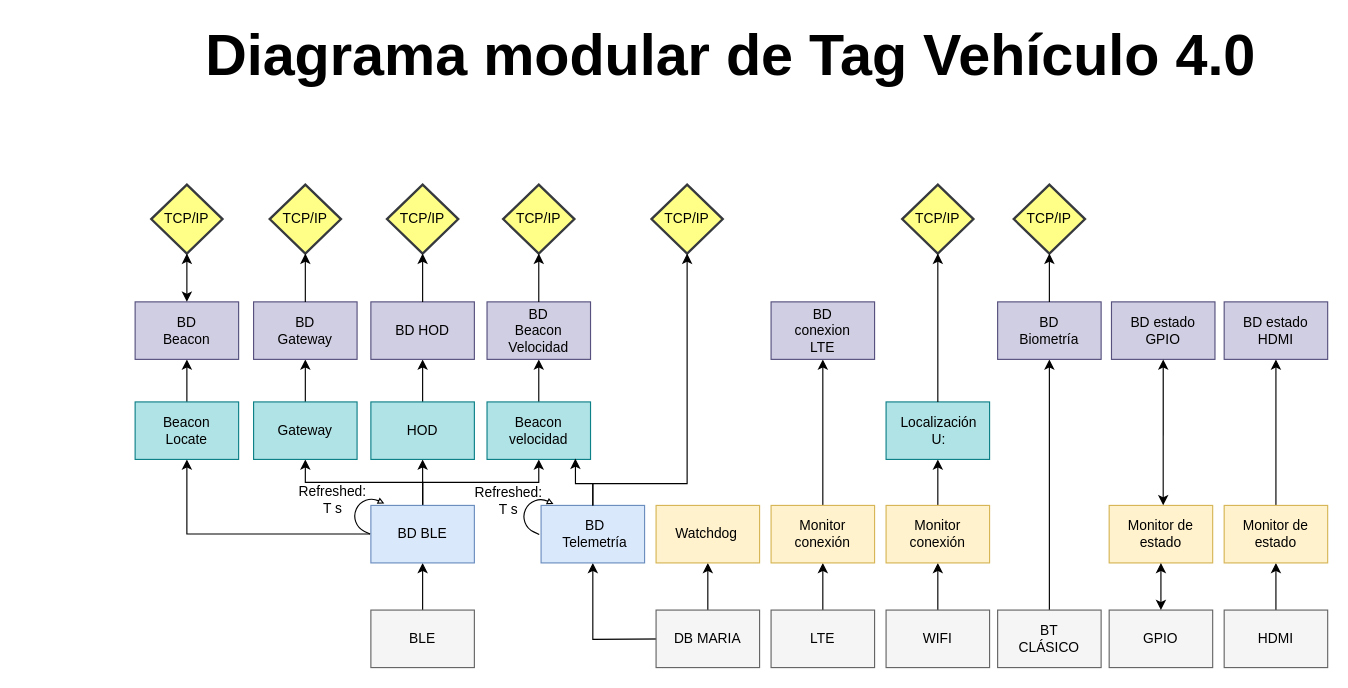
Earlier version of the draw.io diagram Diagrama modular de Tag Vehiculo 4_0.drawio (CesarRodriguez14/Tag_Vehiculo_4_0_Diagramas). Source tidied: cells renumbered, new cells numbered last; positions are measured from the earlier drawing's top-left corner, leaving out a move shared by most shapes. Both pictures are drawn from the tidied source at 115%, with x=0, y=0 at pixel (135, 25).
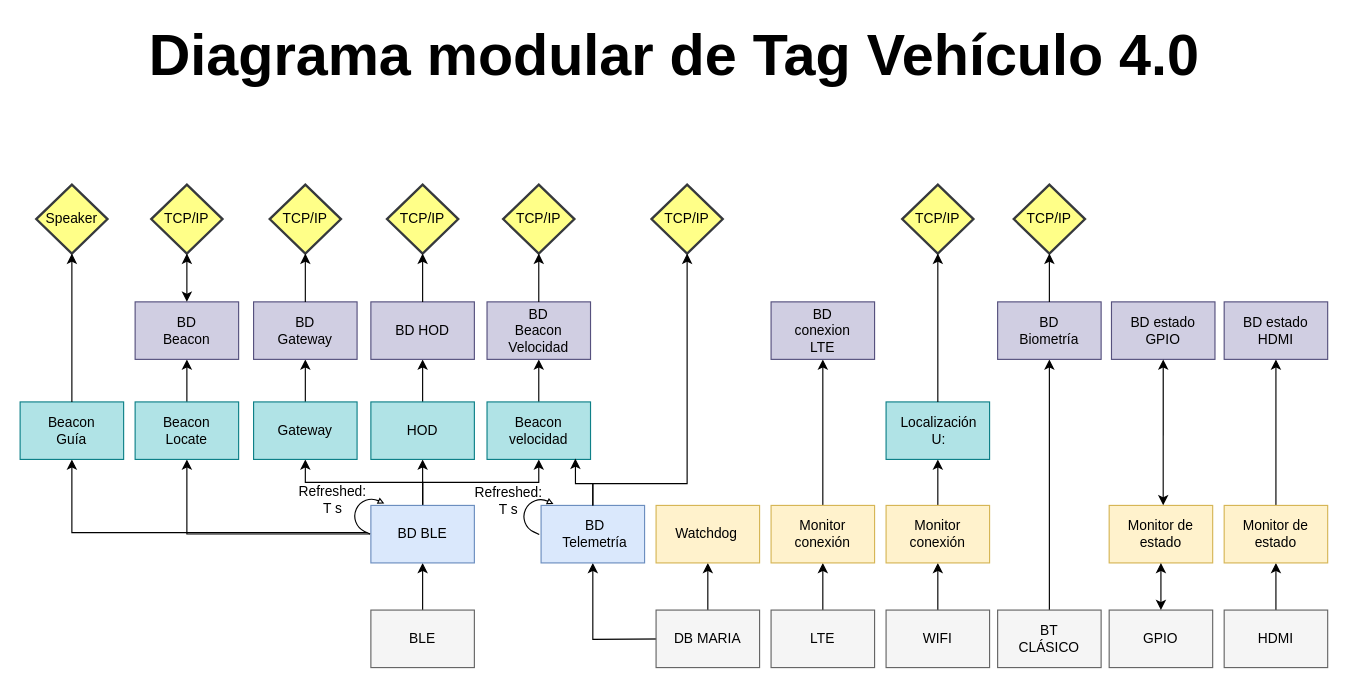
The same page after the edit.

Unchanged cells that the change refers to:
```xml
<mxCell id="39" style="html=1;shadow=0;dashed=0;align=center;verticalAlign=middle;shape=mxgraph.arrows2.uTurnArrow;dy=0;arrowHead=4.41;dx2=4.26;rotation=25;" parent="1" vertex="1">
  <mxGeometry x="191.9" y="407.6" width="20" height="31.5" as="geometry" />
</mxCell>
```

What changed in the source:
```diff
@@
+    <mxCell id="96" style="edgeStyle=orthogonalEdgeStyle;rounded=0;jettySize=auto;html=1;exitX=0;exitY=0;exitDx=17.31875;exitDy=31.479999999999997;exitPerimeter=0;entryX=0.5;entryY=1;entryDx=0;entryDy=0;" parent="1" edge="1" source="39" target="97">
+      <mxGeometry relative="1" as="geometry" />
+    </mxCell>
@@
     <mxCell id="84" value="Diagrama modular de Tag Vehículo 4.0" style="text;html=1;align=center;verticalAlign=middle;whiteSpace=wrap;rounded=0;fontSize=50;fontStyle=1;" parent="1" vertex="1">
-      <mxGeometry x="23" width="990" height="50" as="geometry" />
+      <mxGeometry x="-26.5" width="990" height="50" as="geometry" />
     </mxCell>
@@
+    <mxCell id="97" style="rounded=0;whiteSpace=wrap;html=1;fillColor=#b0e3e6;strokeColor=#0e8088;" parent="1" vertex="1">
+      <mxGeometry x="-100" y="327" width="90" height="50" as="geometry" />
+    </mxCell>
+    <mxCell id="98" value="Beacon Guía" style="text;html=1;align=center;verticalAlign=middle;whiteSpace=wrap;rounded=0;" parent="1" vertex="1">
+      <mxGeometry x="-86" y="337" width="62" height="30" as="geometry" />
+    </mxCell>
+    <mxCell id="99" value="Speaker" style="strokeWidth=2;html=1;shape=mxgraph.flowchart.decision;whiteSpace=wrap;fillColor=#ffff88;strokeColor=#36393d;" parent="1" vertex="1">
+      <mxGeometry x="-86" y="138" width="62" height="60" as="geometry" />
+    </mxCell>
+    <mxCell id="100" style="edgeStyle=orthogonalEdgeStyle;rounded=0;jettySize=auto;html=1;exitX=0.5;exitY=0;exitDx=0;exitDy=0;entryX=0.5;entryY=1;entryDx=0;entryDy=0;entryPerimeter=0;" parent="1" edge="1" source="97" target="99">
+      <mxGeometry relative="1" as="geometry" />
+    </mxCell>
```
